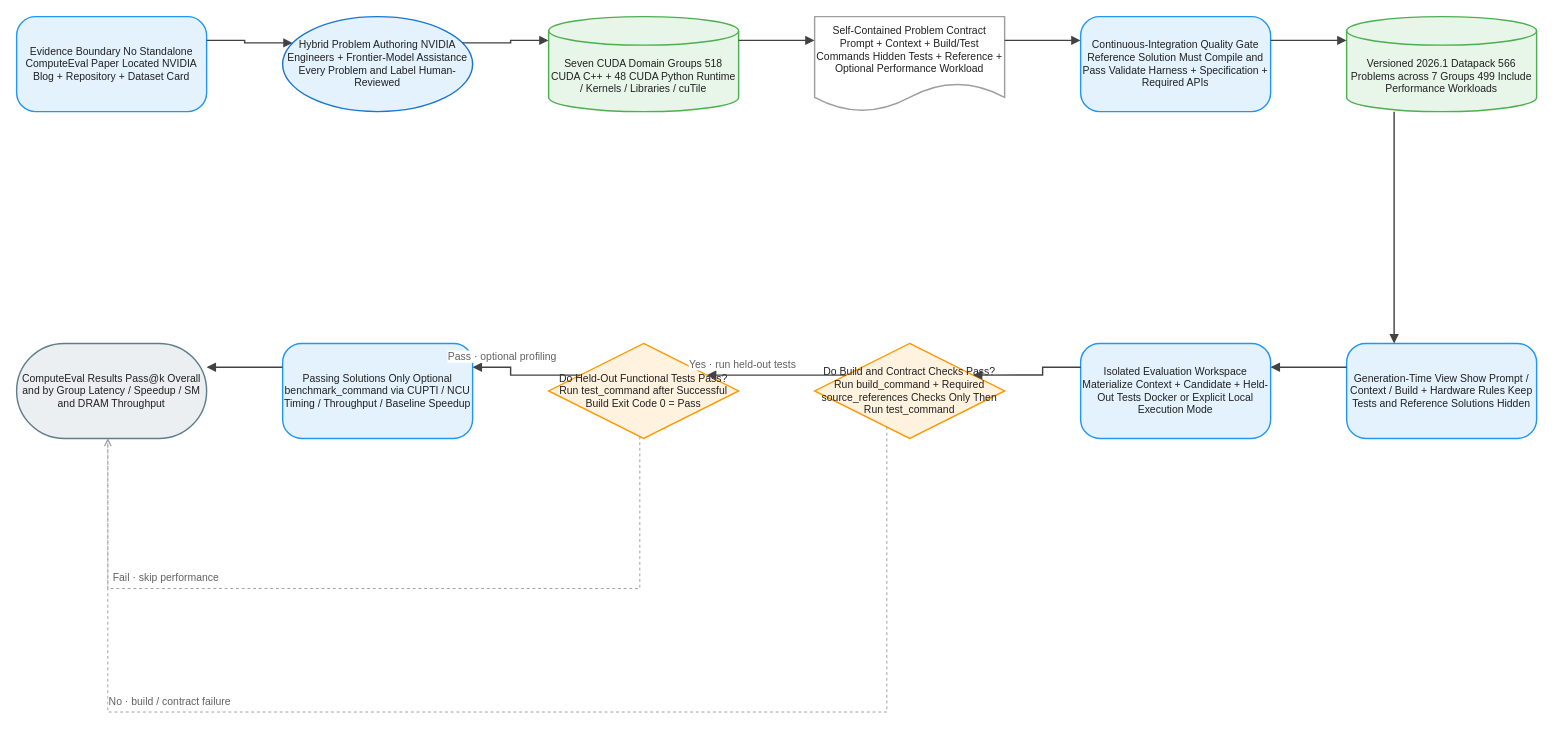
Earlier version of the draw.io diagram client/public/drawio/ComputeEval/ComputeEval.en.drawio (joe1chief/benchmark-hub). Source tidied: cells renumbered, new cells numbered last; positions are measured from the earlier drawing's top-left corner, leaving out a move shared by most shapes. Both pictures are drawn from the tidied source at 95%, with x=0, y=0 at pixel (16, 16).
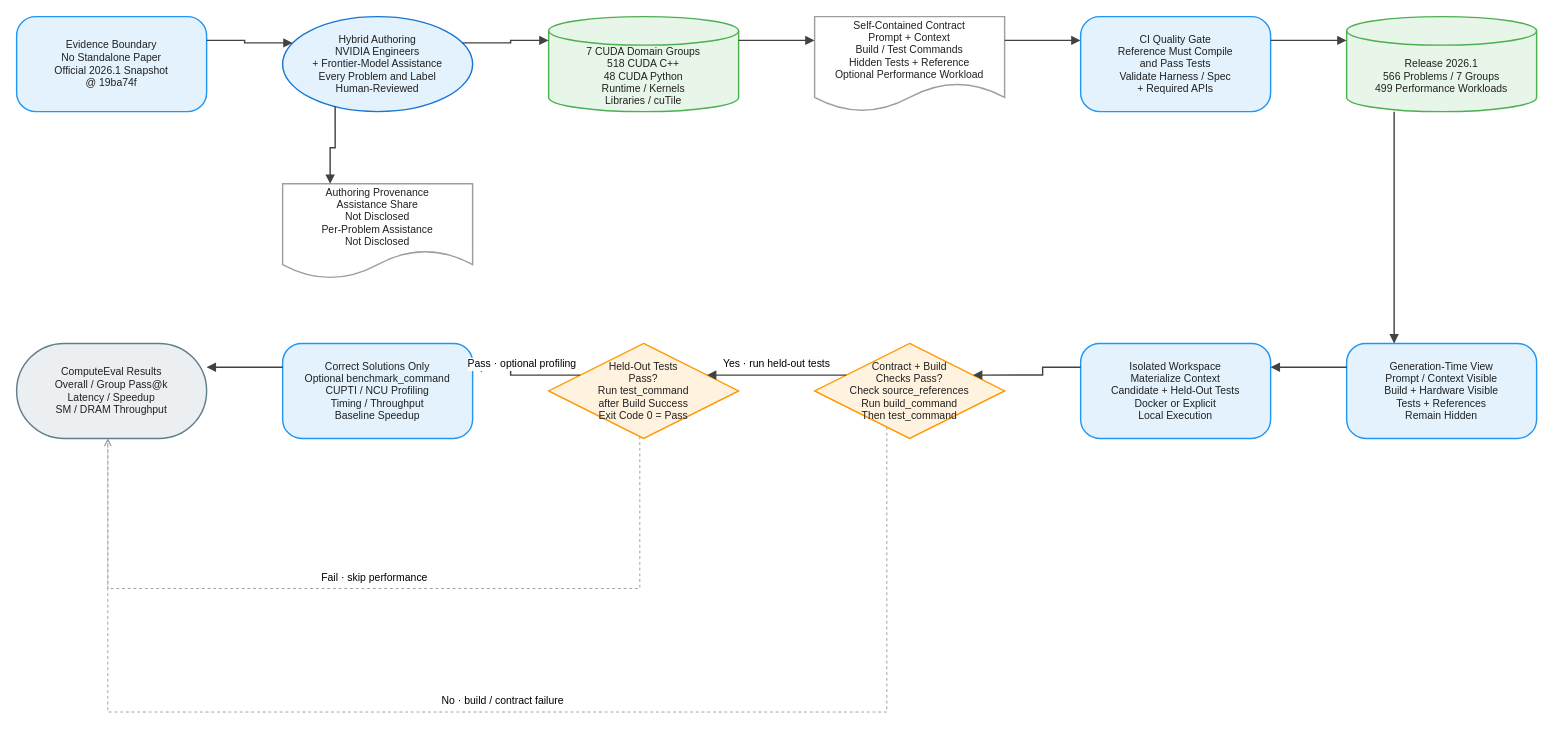
The same page after the edit.

Diff of the diagram source:
```diff
@@
-    <mxCell id="2" value="Evidence Boundary No Standalone ComputeEval Paper Located NVIDIA Blog + Repository + Dataset Card" style="rounded=1;arcSize=20;html=1;whiteSpace=wrap;fillColor=#E3F2FD;strokeColor=#2196F3;strokeWidth=1.5;fontColor=#212121;fontSize=11;fontFamily=Arial, Helvetica, sans-serif;verticalAlign=middle;align=center;" parent="1" vertex="1">
+    <mxCell id="2" value="Evidence Boundary&#10;No Standalone Paper&#10;Official 2026.1 Snapshot&#10;@ 19ba74f" style="rounded=1;arcSize=20;html=0;convertToSvg=1;whiteSpace=wrap;fillColor=#E3F2FD;strokeColor=#2196F3;strokeWidth=1.5;fontColor=#212121;fontSize=11;fontFamily=Arial, Helvetica, sans-serif;verticalAlign=middle;align=center;" parent="1" vertex="1">
       <mxGeometry width="200" height="100" as="geometry" />
     </mxCell>
-    <mxCell id="3" value="Hybrid Problem Authoring NVIDIA Engineers + Frontier-Model Assistance Every Problem and Label Human-Reviewed" style="ellipse;html=1;whiteSpace=wrap;fillColor=#E3F2FD;strokeColor=#1976D2;strokeWidth=1.5;fontColor=#212121;fontSize=11;fontFamily=Arial, Helvetica, sans-serif;verticalAlign=middle;align=center;" parent="1" vertex="1">
+    <mxCell id="3" value="Hybrid Authoring&#10;NVIDIA Engineers&#10;+ Frontier-Model Assistance&#10;Every Problem and Label&#10;Human-Reviewed" style="ellipse;html=0;convertToSvg=1;whiteSpace=wrap;fillColor=#E3F2FD;strokeColor=#1976D2;strokeWidth=1.5;fontColor=#212121;fontSize=11;fontFamily=Arial, Helvetica, sans-serif;verticalAlign=middle;align=center;" parent="1" vertex="1">
       <mxGeometry x="280" width="200" height="100" as="geometry" />
     </mxCell>
-    <mxCell id="4" value="Seven CUDA Domain Groups 518 CUDA C++ + 48 CUDA Python Runtime / Kernels / Libraries / cuTile" style="shape=cylinder3;boundedLbl=1;backgroundOutline=1;size=15;html=1;whiteSpace=wrap;fillColor=#E8F5E9;strokeColor=#4CAF50;strokeWidth=1.5;fontColor=#212121;fontSize=11;fontFamily=Arial, Helvetica, sans-serif;verticalAlign=middle;align=center;" parent="1" vertex="1">
-      <mxGeometry x="560" width="200" height="100" as="geometry" />
+    <mxCell id="4" value="Authoring Provenance&#10;Assistance Share&#10;Not Disclosed&#10;Per-Problem Assistance&#10;Not Disclosed" style="shape=document;boundedLbl=1;html=0;convertToSvg=1;whiteSpace=wrap;fillColor=#FFFFFF;strokeColor=#9E9E9E;strokeWidth=1.5;fontColor=#212121;fontSize=11;fontFamily=Arial, Helvetica, sans-serif;verticalAlign=middle;align=center;" parent="1" vertex="1">
+      <mxGeometry x="280" y="176" width="200" height="100" as="geometry" />
     </mxCell>
-    <mxCell id="5" value="Self-Contained Problem Contract Prompt + Context + Build/Test Commands Hidden Tests + Reference + Optional Performance Workload" style="shape=document;boundedLbl=1;html=1;whiteSpace=wrap;fillColor=#FFFFFF;strokeColor=#9E9E9E;strokeWidth=1.5;fontColor=#212121;fontSize=11;fontFamily=Arial, Helvetica, sans-serif;verticalAlign=middle;align=center;" parent="1" vertex="1">
-      <mxGeometry x="840" width="200" height="100" as="geometry" />
+    <mxCell id="5" value="7 CUDA Domain Groups&#10;518 CUDA C++&#10;48 CUDA Python&#10;Runtime / Kernels&#10;Libraries / cuTile" style="shape=cylinder3;boundedLbl=1;backgroundOutline=1;size=15;html=0;convertToSvg=1;whiteSpace=wrap;fillColor=#E8F5E9;strokeColor=#4CAF50;strokeWidth=1.5;fontColor=#212121;fontSize=11;fontFamily=Arial, Helvetica, sans-serif;verticalAlign=middle;align=center;" parent="1" vertex="1">
+      <mxGeometry x="560" width="200" height="100" as="geometry" />
     </mxCell>
-    <mxCell id="6" value="Continuous-Integration Quality Gate Reference Solution Must Compile and Pass Validate Harness + Specification + Required APIs" style="rounded=1;arcSize=20;html=1;whiteSpace=wrap;fillColor=#E3F2FD;strokeColor=#2196F3;strokeWidth=1.5;fontColor=#212121;fontSize=11;fontFamily=Arial, Helvetica, sans-serif;verticalAlign=middle;align=center;" parent="1" vertex="1">
-      <mxGeometry x="1120" width="200" height="100" as="geometry" />
+    <mxCell id="6" value="Self-Contained Contract&#10;Prompt + Context&#10;Build / Test Commands&#10;Hidden Tests + Reference&#10;Optional Performance Workload" style="shape=document;boundedLbl=1;html=0;convertToSvg=1;whiteSpace=wrap;fillColor=#FFFFFF;strokeColor=#9E9E9E;strokeWidth=1.5;fontColor=#212121;fontSize=11;fontFamily=Arial, Helvetica, sans-serif;verticalAlign=middle;align=center;" parent="1" vertex="1">
+      <mxGeometry x="840" width="200" height="100" as="geometry" />
     </mxCell>
-    <mxCell id="7" value="Versioned 2026.1 Datapack 566 Problems across 7 Groups 499 Include Performance Workloads" style="shape=cylinder3;boundedLbl=1;backgroundOutline=1;size=15;html=1;whiteSpace=wrap;fillColor=#E8F5E9;strokeColor=#4CAF50;strokeWidth=1.5;fontColor=#212121;fontSize=11;fontFamily=Arial, Helvetica, sans-serif;verticalAlign=middle;align=center;" parent="1" vertex="1">
-      <mxGeometry x="1400" width="200" height="100" as="geometry" />
+    <mxCell id="7" value="CI Quality Gate&#10;Reference Must Compile&#10;and Pass Tests&#10;Validate Harness / Spec&#10;+ Required APIs" style="rounded=1;arcSize=20;html=0;convertToSvg=1;whiteSpace=wrap;fillColor=#E3F2FD;strokeColor=#2196F3;strokeWidth=1.5;fontColor=#212121;fontSize=11;fontFamily=Arial, Helvetica, sans-serif;verticalAlign=middle;align=center;" parent="1" vertex="1">
+      <mxGeometry x="1120" width="200" height="100" as="geometry" />
     </mxCell>
-    <mxCell id="8" value="Generation-Time View Show Prompt / Context / Build + Hardware Rules Keep Tests and Reference Solutions Hidden" style="rounded=1;arcSize=20;html=1;whiteSpace=wrap;fillColor=#E3F2FD;strokeColor=#2196F3;strokeWidth=1.5;fontColor=#212121;fontSize=11;fontFamily=Arial, Helvetica, sans-serif;verticalAlign=middle;align=center;" parent="1" vertex="1">
-      <mxGeometry x="1400" y="344" width="200" height="100" as="geometry" />
+    <mxCell id="8" value="Release 2026.1&#10;566 Problems / 7 Groups&#10;499 Performance Workloads" style="shape=cylinder3;boundedLbl=1;backgroundOutline=1;size=15;html=0;convertToSvg=1;whiteSpace=wrap;fillColor=#E8F5E9;strokeColor=#4CAF50;strokeWidth=1.5;fontColor=#212121;fontSize=11;fontFamily=Arial, Helvetica, sans-serif;verticalAlign=middle;align=center;" parent="1" vertex="1">
+      <mxGeometry x="1400" width="200" height="100" as="geometry" />
     </mxCell>
-    <mxCell id="9" value="Isolated Evaluation Workspace Materialize Context + Candidate + Held-Out Tests Docker or Explicit Local Execution Mode" style="rounded=1;arcSize=20;html=1;whiteSpace=wrap;fillColor=#E3F2FD;strokeColor=#2196F3;strokeWidth=1.5;fontColor=#212121;fontSize=11;fontFamily=Arial, Helvetica, sans-serif;verticalAlign=middle;align=center;" parent="1" vertex="1">
-      <mxGeometry x="1120" y="344" width="200" height="100" as="geometry" />
+    <mxCell id="9" value="Generation-Time View&#10;Prompt / Context Visible&#10;Build + Hardware Visible&#10;Tests + References&#10;Remain Hidden" style="rounded=1;arcSize=20;html=0;convertToSvg=1;whiteSpace=wrap;fillColor=#E3F2FD;strokeColor=#2196F3;strokeWidth=1.5;fontColor=#212121;fontSize=11;fontFamily=Arial, Helvetica, sans-serif;verticalAlign=middle;align=center;" parent="1" vertex="1">
+      <mxGeometry x="1400" y="344" width="200" height="100" as="geometry" />
     </mxCell>
-    <mxCell id="10" value="Do Build and Contract Checks Pass? Run build_command + Required source_references Checks Only Then Run test_command" style="rhombus;html=1;whiteSpace=wrap;fillColor=#FFF3E0;strokeColor=#FF9800;strokeWidth=1.5;fontColor=#212121;fontSize=11;fontFamily=Arial, Helvetica, sans-serif;verticalAlign=middle;align=center;" parent="1" vertex="1">
-      <mxGeometry x="840" y="344" width="200" height="100" as="geometry" />
+    <mxCell id="10" value="Isolated Workspace&#10;Materialize Context&#10;Candidate + Held-Out Tests&#10;Docker or Explicit&#10;Local Execution" style="rounded=1;arcSize=20;html=0;convertToSvg=1;whiteSpace=wrap;fillColor=#E3F2FD;strokeColor=#2196F3;strokeWidth=1.5;fontColor=#212121;fontSize=11;fontFamily=Arial, Helvetica, sans-serif;verticalAlign=middle;align=center;" parent="1" vertex="1">
+      <mxGeometry x="1120" y="344" width="200" height="100" as="geometry" />
     </mxCell>
-    <mxCell id="11" value="Do Held-Out Functional Tests Pass? Run test_command after Successful Build Exit Code 0 = Pass" style="rhombus;html=1;whiteSpace=wrap;fillColor=#FFF3E0;strokeColor=#FF9800;strokeWidth=1.5;fontColor=#212121;fontSize=11;fontFamily=Arial, Helvetica, sans-serif;verticalAlign=middle;align=center;" parent="1" vertex="1">
-      <mxGeometry x="560" y="344" width="200" height="100" as="geometry" />
+    <mxCell id="11" value="Contract + Build&#10;Checks Pass?&#10;Check source_references&#10;Run build_command&#10;Then test_command" style="rhombus;html=0;convertToSvg=1;whiteSpace=wrap;fillColor=#FFF3E0;strokeColor=#FF9800;strokeWidth=1.5;fontColor=#212121;fontSize=11;fontFamily=Arial, Helvetica, sans-serif;verticalAlign=middle;align=center;" parent="1" vertex="1">
+      <mxGeometry x="840" y="344" width="200" height="100" as="geometry" />
     </mxCell>
-    <mxCell id="12" value="Passing Solutions Only Optional benchmark_command via CUPTI / NCU Timing / Throughput / Baseline Speedup" style="rounded=1;arcSize=20;html=1;whiteSpace=wrap;fillColor=#E3F2FD;strokeColor=#2196F3;strokeWidth=1.5;fontColor=#212121;fontSize=11;fontFamily=Arial, Helvetica, sans-serif;verticalAlign=middle;align=center;" parent="1" vertex="1">
-      <mxGeometry x="280" y="344" width="200" height="100" as="geometry" />
+    <mxCell id="12" value="Held-Out Tests&#10;Pass?&#10;Run test_command&#10;after Build Success&#10;Exit Code 0 = Pass" style="rhombus;html=0;convertToSvg=1;whiteSpace=wrap;fillColor=#FFF3E0;strokeColor=#FF9800;strokeWidth=1.5;fontColor=#212121;fontSize=11;fontFamily=Arial, Helvetica, sans-serif;verticalAlign=middle;align=center;" parent="1" vertex="1">
+      <mxGeometry x="560" y="344" width="200" height="100" as="geometry" />
     </mxCell>
-    <mxCell id="13" value="ComputeEval Results Pass@k Overall and by Group Latency / Speedup / SM and DRAM Throughput" style="rounded=1;arcSize=50;html=1;whiteSpace=wrap;fillColor=#ECEFF1;strokeColor=#607D8B;strokeWidth=1.5;fontColor=#212121;fontSize=11;fontFamily=Arial, Helvetica, sans-serif;verticalAlign=middle;align=center;" parent="1" vertex="1">
-      <mxGeometry y="344" width="200" height="100" as="geometry" />
+    <mxCell id="13" value="Correct Solutions Only&#10;Optional benchmark_command&#10;CUPTI / NCU Profiling&#10;Timing / Throughput&#10;Baseline Speedup" style="rounded=1;arcSize=20;html=0;convertToSvg=1;whiteSpace=wrap;fillColor=#E3F2FD;strokeColor=#2196F3;strokeWidth=1.5;fontColor=#212121;fontSize=11;fontFamily=Arial, Helvetica, sans-serif;verticalAlign=middle;align=center;" parent="1" vertex="1">
+      <mxGeometry x="280" y="344" width="200" height="100" as="geometry" />
     </mxCell>
-    <mxCell id="14" style="edgeStyle=orthogonalEdgeStyle;rounded=0;jettySize=auto;html=1;strokeColor=#424242;strokeWidth=1.5;endArrow=block;endFill=1;exitX=1;exitY=0.25;exitDx=0;exitDy=0;entryX=0;entryY=0.25;entryDx=0;entryDy=0;jumpStyle=arc;jumpSize=8;" parent="1" edge="1" source="2" target="3">
-      <mxGeometry relative="1" as="geometry" />
+    <mxCell id="14" value="ComputeEval Results&#10;Overall / Group Pass@k&#10;Latency / Speedup&#10;SM / DRAM Throughput" style="rounded=1;arcSize=50;html=0;convertToSvg=1;whiteSpace=wrap;fillColor=#ECEFF1;strokeColor=#607D8B;strokeWidth=1.5;fontColor=#212121;fontSize=11;fontFamily=Arial, Helvetica, sans-serif;verticalAlign=middle;align=center;" parent="1" vertex="1">
+      <mxGeometry y="344" width="200" height="100" as="geometry" />
     </mxCell>
-    <mxCell id="15" style="edgeStyle=orthogonalEdgeStyle;rounded=0;jettySize=auto;html=1;strokeColor=#424242;strokeWidth=1.5;endArrow=block;endFill=1;exitX=1;exitY=0.25;exitDx=0;exitDy=0;entryX=0;entryY=0.25;entryDx=0;entryDy=0;jumpStyle=arc;jumpSize=8;" parent="1" edge="1" source="3" target="4">
+    <mxCell id="15" style="edgeStyle=orthogonalEdgeStyle;rounded=0;jettySize=auto;html=0;convertToSvg=1;strokeColor=#424242;strokeWidth=1.5;endArrow=block;endFill=1;exitX=1;exitY=0.25;exitDx=0;exitDy=0;entryX=0;entryY=0.25;entryDx=0;entryDy=0;jumpStyle=arc;jumpSize=8;" parent="1" edge="1" source="2" target="3">
       <mxGeometry relative="1" as="geometry" />
     </mxCell>
-    <mxCell id="16" style="edgeStyle=orthogonalEdgeStyle;rounded=0;jettySize=auto;html=1;strokeColor=#424242;strokeWidth=1.5;endArrow=block;endFill=1;exitX=1;exitY=0.25;exitDx=0;exitDy=0;entryX=0;entryY=0.25;entryDx=0;entryDy=0;jumpStyle=arc;jumpSize=8;" parent="1" edge="1" source="4" target="5">
+    <mxCell id="16" style="edgeStyle=orthogonalEdgeStyle;rounded=0;jettySize=auto;html=0;convertToSvg=1;strokeColor=#424242;strokeWidth=1.5;endArrow=block;endFill=1;exitX=1;exitY=0.25;exitDx=0;exitDy=0;entryX=0;entryY=0.25;entryDx=0;entryDy=0;jumpStyle=arc;jumpSize=8;" parent="1" edge="1" source="3" target="5">
       <mxGeometry relative="1" as="geometry" />
     </mxCell>
-    <mxCell id="17" style="edgeStyle=orthogonalEdgeStyle;rounded=0;jettySize=auto;html=1;strokeColor=#424242;strokeWidth=1.5;endArrow=block;endFill=1;exitX=1;exitY=0.25;exitDx=0;exitDy=0;entryX=0;entryY=0.25;entryDx=0;entryDy=0;jumpStyle=arc;jumpSize=8;" parent="1" edge="1" source="5" target="6">
+    <mxCell id="17" style="edgeStyle=orthogonalEdgeStyle;rounded=0;jettySize=auto;html=0;convertToSvg=1;strokeColor=#424242;strokeWidth=1.5;endArrow=block;endFill=1;exitX=0.25;exitY=1;exitDx=0;exitDy=0;entryX=0.25;entryY=0;entryDx=0;entryDy=0;jumpStyle=arc;jumpSize=8;" parent="1" edge="1" source="3" target="4">
       <mxGeometry relative="1" as="geometry" />
     </mxCell>
-    <mxCell id="18" style="edgeStyle=orthogonalEdgeStyle;rounded=0;jettySize=auto;html=1;strokeColor=#424242;strokeWidth=1.5;endArrow=block;endFill=1;exitX=1;exitY=0.25;exitDx=0;exitDy=0;entryX=0;entryY=0.25;entryDx=0;entryDy=0;jumpStyle=arc;jumpSize=8;" parent="1" edge="1" source="6" target="7">
+    <mxCell id="18" style="edgeStyle=orthogonalEdgeStyle;rounded=0;jettySize=auto;html=0;convertToSvg=1;strokeColor=#424242;strokeWidth=1.5;endArrow=block;endFill=1;exitX=1;exitY=0.25;exitDx=0;exitDy=0;entryX=0;entryY=0.25;entryDx=0;entryDy=0;jumpStyle=arc;jumpSize=8;" parent="1" edge="1" source="5" target="6">
       <mxGeometry relative="1" as="geometry" />
     </mxCell>
-    <mxCell id="19" style="edgeStyle=orthogonalEdgeStyle;rounded=0;jettySize=auto;html=1;strokeColor=#424242;strokeWidth=1.5;endArrow=block;endFill=1;exitX=0.25;exitY=1;exitDx=0;exitDy=0;entryX=0.25;entryY=0;entryDx=0;entryDy=0;jumpStyle=arc;jumpSize=8;" parent="1" edge="1" source="7" target="8">
+    <mxCell id="19" style="edgeStyle=orthogonalEdgeStyle;rounded=0;jettySize=auto;html=0;convertToSvg=1;strokeColor=#424242;strokeWidth=1.5;endArrow=block;endFill=1;exitX=1;exitY=0.25;exitDx=0;exitDy=0;entryX=0;entryY=0.25;entryDx=0;entryDy=0;jumpStyle=arc;jumpSize=8;" parent="1" edge="1" source="6" target="7">
       <mxGeometry relative="1" as="geometry" />
     </mxCell>
-    <mxCell id="20" style="edgeStyle=orthogonalEdgeStyle;rounded=0;jettySize=auto;html=1;strokeColor=#424242;strokeWidth=1.5;endArrow=block;endFill=1;exitX=0;exitY=0.25;exitDx=0;exitDy=0;entryX=1;entryY=0.25;entryDx=0;entryDy=0;jumpStyle=arc;jumpSize=8;" parent="1" edge="1" source="8" target="9">
+    <mxCell id="20" style="edgeStyle=orthogonalEdgeStyle;rounded=0;jettySize=auto;html=0;convertToSvg=1;strokeColor=#424242;strokeWidth=1.5;endArrow=block;endFill=1;exitX=1;exitY=0.25;exitDx=0;exitDy=0;entryX=0;entryY=0.25;entryDx=0;entryDy=0;jumpStyle=arc;jumpSize=8;" parent="1" edge="1" source="7" target="8">
       <mxGeometry relative="1" as="geometry" />
     </mxCell>
-    <mxCell id="21" style="edgeStyle=orthogonalEdgeStyle;rounded=0;jettySize=auto;html=1;strokeColor=#424242;strokeWidth=1.5;endArrow=block;endFill=1;exitX=0;exitY=0.25;exitDx=0;exitDy=0;entryX=1;entryY=0.25;entryDx=0;entryDy=0;jumpStyle=arc;jumpSize=8;" parent="1" edge="1" source="9" target="10">
+    <mxCell id="21" style="edgeStyle=orthogonalEdgeStyle;rounded=0;jettySize=auto;html=0;convertToSvg=1;strokeColor=#424242;strokeWidth=1.5;endArrow=block;endFill=1;exitX=0.25;exitY=1;exitDx=0;exitDy=0;entryX=0.25;entryY=0;entryDx=0;entryDy=0;jumpStyle=arc;jumpSize=8;" parent="1" edge="1" source="8" target="9">
       <mxGeometry relative="1" as="geometry" />
     </mxCell>
-    <mxCell id="22" style="edgeStyle=orthogonalEdgeStyle;rounded=0;jettySize=auto;html=1;strokeColor=#424242;strokeWidth=1.5;endArrow=block;endFill=1;exitX=0;exitY=0.25;exitDx=0;exitDy=0;entryX=1;entryY=0.25;entryDx=0;entryDy=0;jumpStyle=arc;jumpSize=8;" parent="1" edge="1" source="10" target="11">
+    <mxCell id="22" style="edgeStyle=orthogonalEdgeStyle;rounded=0;jettySize=auto;html=0;convertToSvg=1;strokeColor=#424242;strokeWidth=1.5;endArrow=block;endFill=1;exitX=0;exitY=0.25;exitDx=0;exitDy=0;entryX=1;entryY=0.25;entryDx=0;entryDy=0;jumpStyle=arc;jumpSize=8;" parent="1" edge="1" source="9" target="10">
       <mxGeometry relative="1" as="geometry" />
     </mxCell>
-    <mxCell id="23" value="Yes · run held-out tests" style="edgeLabel;html=1;align=center;verticalAlign=middle;fontSize=11;fontColor=#616161;" parent="22" vertex="1">
-      <mxGeometry x="0.5" relative="1" as="geometry">
-        <mxPoint y="-12" as="offset" />
-      </mxGeometry>
+    <mxCell id="23" style="edgeStyle=orthogonalEdgeStyle;rounded=0;jettySize=auto;html=0;convertToSvg=1;strokeColor=#424242;strokeWidth=1.5;endArrow=block;endFill=1;exitX=0;exitY=0.25;exitDx=0;exitDy=0;entryX=1;entryY=0.25;entryDx=0;entryDy=0;jumpStyle=arc;jumpSize=8;" parent="1" edge="1" source="10" target="11">
+      <mxGeometry relative="1" as="geometry" />
     </mxCell>
-    <mxCell id="24" style="edgeStyle=orthogonalEdgeStyle;rounded=0;jettySize=auto;html=1;strokeColor=#424242;strokeWidth=1.5;endArrow=block;endFill=1;exitX=0;exitY=0.25;exitDx=0;exitDy=0;entryX=1;entryY=0.25;entryDx=0;entryDy=0;jumpStyle=arc;jumpSize=8;" parent="1" edge="1" source="11" target="12">
-      <mxGeometry relative="1" as="geometry" />
+    <mxCell id="24" value="Yes · run held-out tests" style="edgeStyle=orthogonalEdgeStyle;rounded=0;jettySize=auto;html=0;convertToSvg=1;strokeColor=#424242;strokeWidth=1.5;endArrow=block;endFill=1;exitX=0;exitY=0.25;exitDx=0;exitDy=0;entryX=1;entryY=0.25;entryDx=0;entryDy=0;jumpStyle=arc;jumpSize=8;" parent="1" edge="1" source="11" target="12">
+      <mxGeometry relative="1" as="geometry">
+        <mxPoint y="-12" as="offset" />
+      </mxGeometry>
     </mxCell>
-    <mxCell id="25" value="Pass · optional profiling" style="edgeLabel;html=1;align=center;verticalAlign=middle;fontSize=11;fontColor=#616161;" parent="24" vertex="1">
-      <mxGeometry x="0.5" relative="1" as="geometry">
-        <mxPoint y="-12" as="offset" />
-      </mxGeometry>
-    </mxCell>
-    <mxCell id="26" style="edgeStyle=orthogonalEdgeStyle;rounded=0;jettySize=auto;html=1;strokeColor=#424242;strokeWidth=1.5;endArrow=block;endFill=1;exitX=0;exitY=0.25;exitDx=0;exitDy=0;entryX=1;entryY=0.25;entryDx=0;entryDy=0;jumpStyle=arc;jumpSize=8;" parent="1" edge="1" source="12" target="13">
-      <mxGeometry relative="1" as="geometry" />
+    <mxCell id="26" value="Pass · optional profiling" style="edgeStyle=orthogonalEdgeStyle;rounded=0;jettySize=auto;html=0;convertToSvg=1;strokeColor=#424242;strokeWidth=1.5;endArrow=block;endFill=1;exitX=0;exitY=0.25;exitDx=0;exitDy=0;entryX=1;entryY=0.25;entryDx=0;entryDy=0;jumpStyle=arc;jumpSize=8;" parent="1" edge="1" source="12" target="13">
+      <mxGeometry relative="1" as="geometry">
+        <mxPoint y="-12" as="offset" />
+      </mxGeometry>
     </mxCell>
-    <mxCell id="27" style="edgeStyle=orthogonalEdgeStyle;rounded=0;jettySize=auto;html=1;strokeColor=#9E9E9E;strokeWidth=1;endArrow=open;endFill=0;dashed=1;dashPattern=3 3;jumpStyle=arc;jumpSize=8;" parent="1" edge="1" source="10" target="13">
-      <mxGeometry relative="1" as="geometry">
-        <Array as="points">
-          <mxPoint x="916" y="732" />
-          <mxPoint x="96" y="732" />
-        </Array>
-      </mxGeometry>
-    </mxCell>
-    <mxCell id="28" value="No · build / contract failure" style="edgeLabel;html=1;align=center;verticalAlign=middle;fontSize=11;fontColor=#616161;" parent="27" vertex="1">
-      <mxGeometry x="0.5" relative="1" as="geometry">
-        <mxPoint y="-12" as="offset" />
-      </mxGeometry>
+    <mxCell id="28" style="edgeStyle=orthogonalEdgeStyle;rounded=0;jettySize=auto;html=0;convertToSvg=1;strokeColor=#424242;strokeWidth=1.5;endArrow=block;endFill=1;exitX=0;exitY=0.25;exitDx=0;exitDy=0;entryX=1;entryY=0.25;entryDx=0;entryDy=0;jumpStyle=arc;jumpSize=8;" parent="1" edge="1" source="13" target="14">
+      <mxGeometry relative="1" as="geometry" />
     </mxCell>
-    <mxCell id="29" style="edgeStyle=orthogonalEdgeStyle;rounded=0;jettySize=auto;html=1;strokeColor=#9E9E9E;strokeWidth=1;endArrow=open;endFill=0;dashed=1;dashPattern=3 3;jumpStyle=arc;jumpSize=8;" parent="1" edge="1" source="11" target="13">
+    <mxCell id="29" value="No · build / contract failure" style="edgeStyle=orthogonalEdgeStyle;rounded=0;jettySize=auto;html=0;convertToSvg=1;strokeColor=#9E9E9E;strokeWidth=1;endArrow=open;endFill=0;dashed=1;dashPattern=3 3;jumpStyle=arc;jumpSize=8;" parent="1" edge="1" source="11" target="14">
       <mxGeometry relative="1" as="geometry">
         <Array as="points">
-          <mxPoint x="656" y="602" />
-          <mxPoint x="96" y="602" />
+          <mxPoint x="916" y="732" />
+          <mxPoint x="96" y="732" />
         </Array>
+        <mxPoint y="-12" as="offset" />
       </mxGeometry>
     </mxCell>
-    <mxCell id="30" value="Fail · skip performance" style="edgeLabel;html=1;align=center;verticalAlign=middle;fontSize=11;fontColor=#616161;" parent="29" vertex="1">
-      <mxGeometry x="0.5" relative="1" as="geometry">
+    <mxCell id="30" value="Fail · skip performance" style="edgeStyle=orthogonalEdgeStyle;rounded=0;jettySize=auto;html=0;convertToSvg=1;strokeColor=#9E9E9E;strokeWidth=1;endArrow=open;endFill=0;dashed=1;dashPattern=3 3;jumpStyle=arc;jumpSize=8;" parent="1" edge="1" source="12" target="14">
+      <mxGeometry relative="1" as="geometry">
+        <Array as="points">
+          <mxPoint x="656" y="602" />
+          <mxPoint x="96" y="602" />
+        </Array>
         <mxPoint y="-12" as="offset" />
       </mxGeometry>
     </mxCell>
```
